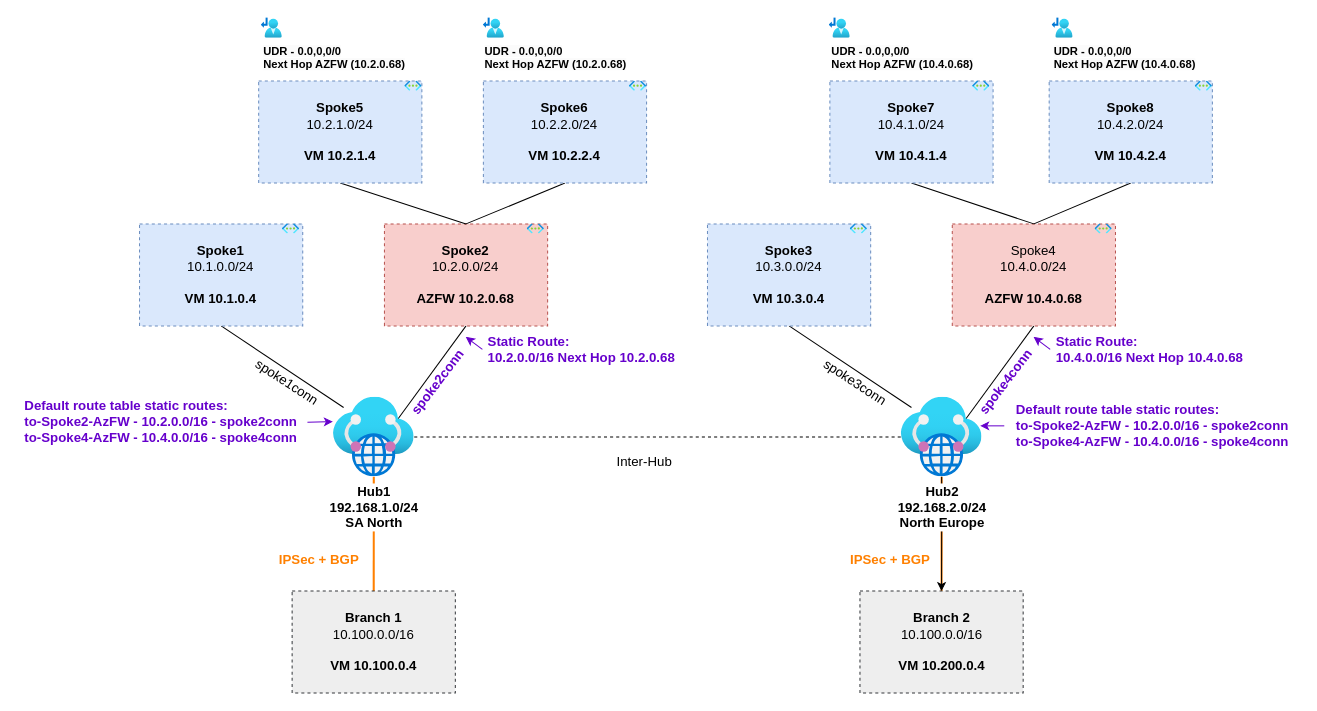
This is @-Azure-CLI/Daniel Mauser/azure-virtualwan-inter-region-azfw.drawio from WapoInc/my-code, a draw.io file, before an edit. Source tidied: cells renumbered, new cells numbered last; positions are measured from the earlier drawing's top-left corner, leaving out a move shared by most shapes. Both pictures are drawn from the tidied source at 102%, with x=0, y=0 at pixel (17, 17).
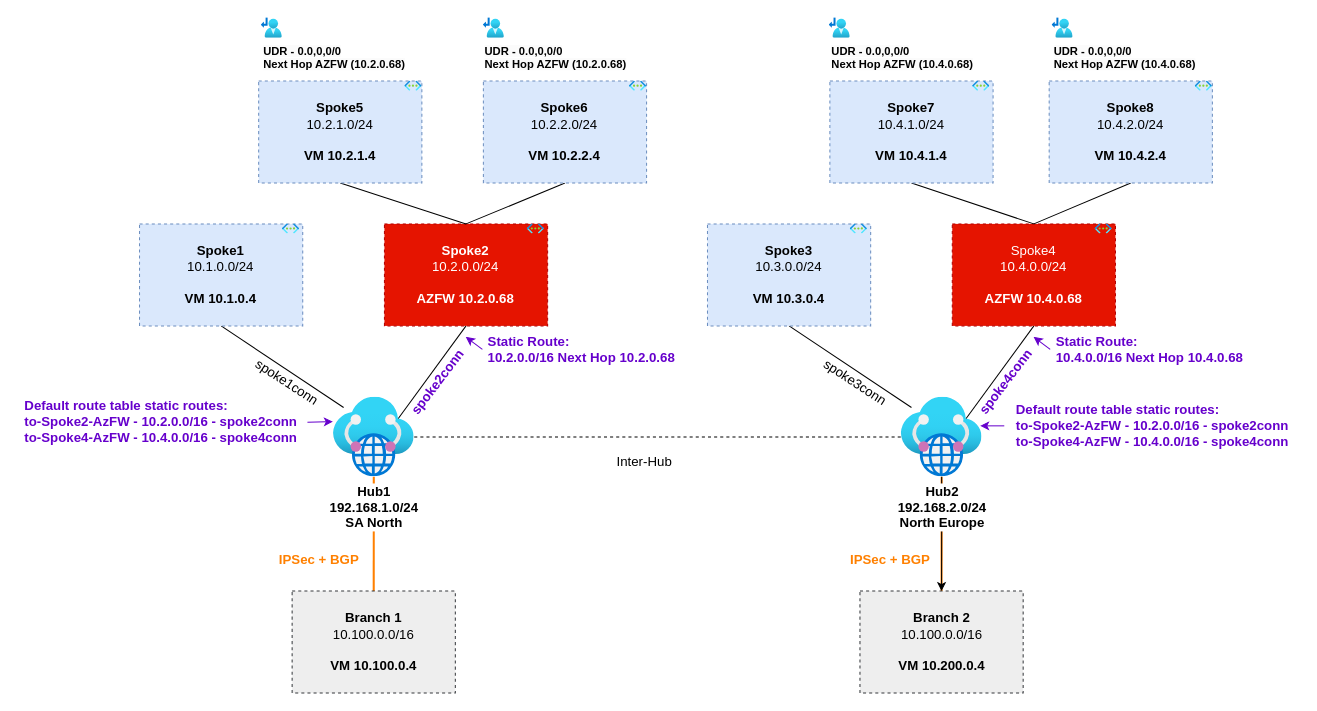
The same diagram, later.

Diff of the diagram source:
```diff
@@
-    <mxCell id="6" value="&lt;b style=&quot;font-size: 13px;&quot;&gt;Spoke2&lt;/b&gt;&lt;br style=&quot;font-size: 13px;&quot;&gt;10.2.0.0/24&lt;br style=&quot;font-size: 13px;&quot;&gt;&lt;br style=&quot;font-size: 13px;&quot;&gt;&lt;b style=&quot;font-size: 13px;&quot;&gt;AZFW 10.2.0.68&lt;/b&gt;" style="whiteSpace=wrap;html=1;fillColor=#f8cecc;strokeColor=#b85450;dashed=1;fontSize=13;" parent="1" vertex="1">
+    <mxCell id="6" value="&lt;b style=&quot;font-size: 13px;&quot;&gt;Spoke2&lt;/b&gt;&lt;br style=&quot;font-size: 13px;&quot;&gt;10.2.0.0/24&lt;br style=&quot;font-size: 13px;&quot;&gt;&lt;br style=&quot;font-size: 13px;&quot;&gt;&lt;b style=&quot;font-size: 13px;&quot;&gt;AZFW 10.2.0.68&lt;/b&gt;" style="whiteSpace=wrap;html=1;fillColor=#e51400;strokeColor=#B20000;dashed=1;fontSize=13;fontColor=#ffffff;" parent="1" vertex="1">
       <mxGeometry x="359.4" y="202" width="160" height="100" as="geometry" />
     </mxCell>
@@
-    <mxCell id="29" value="Spoke4&lt;br style=&quot;font-size: 13px;&quot;&gt;10.4.0.0/24&lt;br style=&quot;font-size: 13px;&quot;&gt;&lt;br style=&quot;font-size: 13px;&quot;&gt;&lt;b style=&quot;font-size: 13px;&quot;&gt;AZFW 10.4.0.68&lt;/b&gt;" style="whiteSpace=wrap;html=1;fillColor=#f8cecc;strokeColor=#b85450;dashed=1;fontSize=13;" parent="1" vertex="1">
+    <mxCell id="29" value="Spoke4&lt;br style=&quot;font-size: 13px;&quot;&gt;10.4.0.0/24&lt;br style=&quot;font-size: 13px;&quot;&gt;&lt;br style=&quot;font-size: 13px;&quot;&gt;&lt;b style=&quot;font-size: 13px;&quot;&gt;AZFW 10.4.0.68&lt;/b&gt;" style="whiteSpace=wrap;html=1;fillColor=#e51400;strokeColor=#B20000;dashed=1;fontSize=13;fontColor=#ffffff;" parent="1" vertex="1">
       <mxGeometry x="916.1" y="202" width="160" height="100" as="geometry" />
     </mxCell>
```
